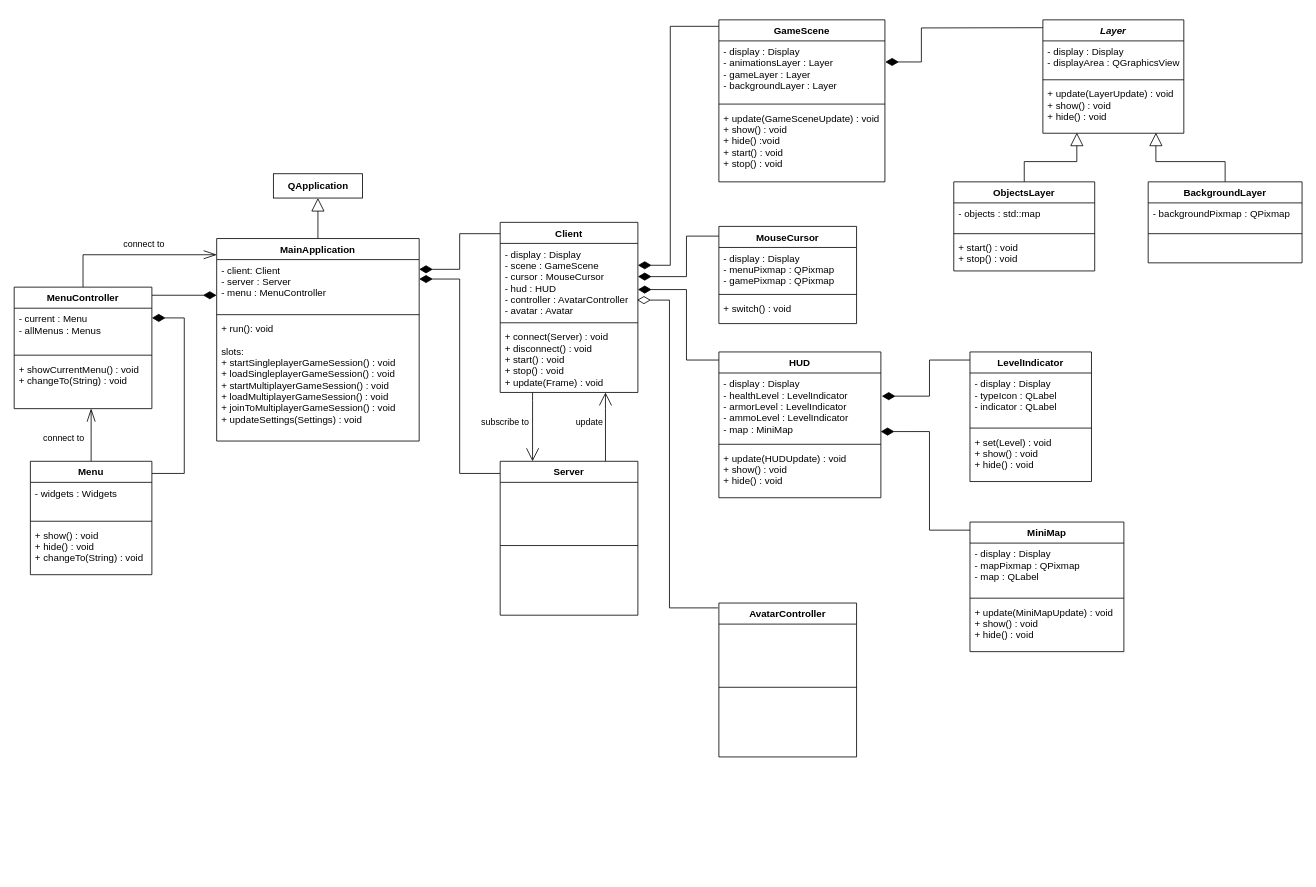
The draw.io diagram doc/class_diagram.drawio in TadekBiela/heisttown, before the edit. Source tidied: cells renumbered, new cells numbered last; positions are measured from the earlier drawing's top-left corner, leaving out a move shared by most shapes. Both pictures are drawn from the tidied source at 81%, with x=0, y=0 at pixel (14, 19).
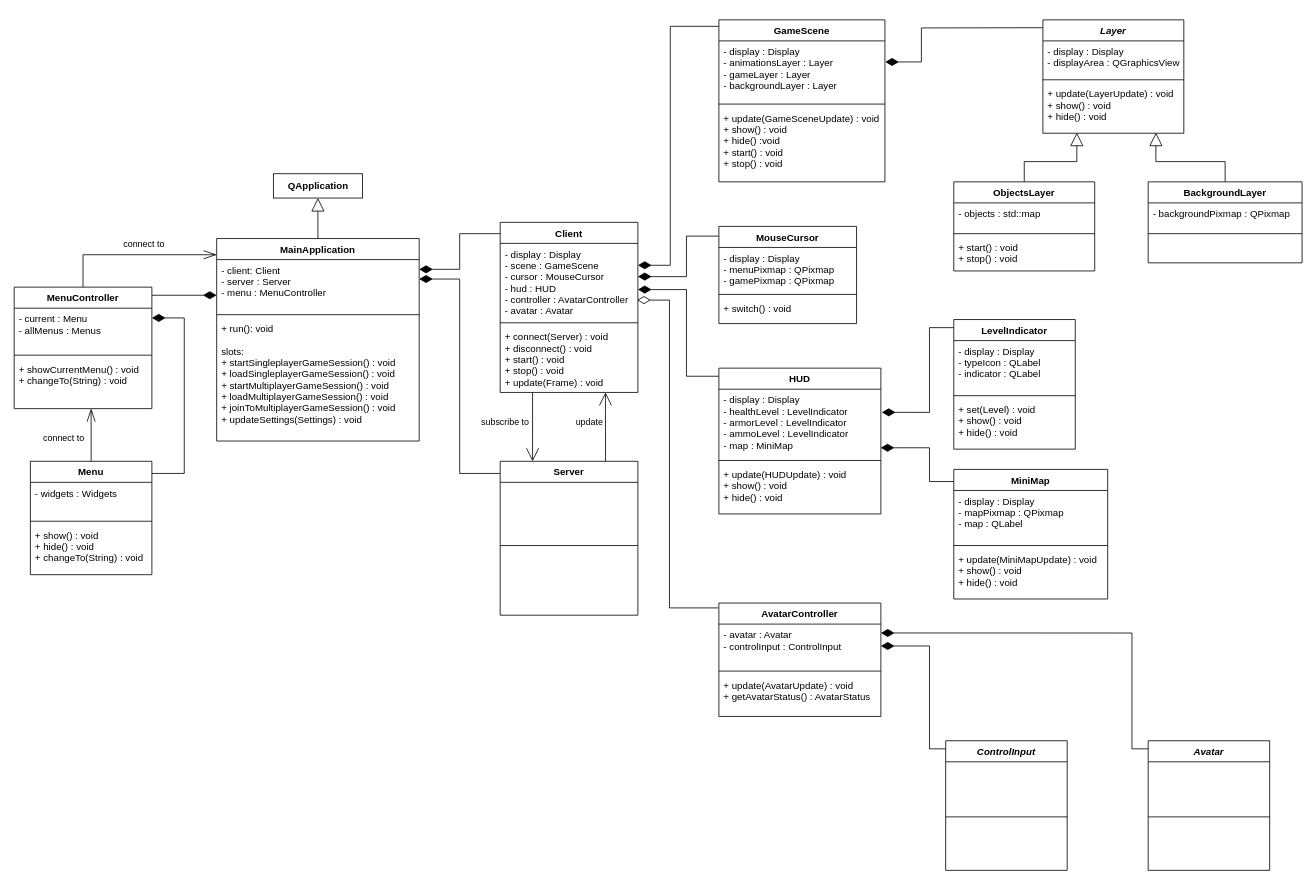
Above is the later version.

Commit message:
Added AvatarController to class diagram

Unchanged cells that the change refers to:
```xml
<mxCell id="10" value="- display : Display&#10;- scene : GameScene&#10;- cursor : MouseCursor&#10;- hud : HUD&#10;- controller : AvatarController&#10;- avatar : Avatar" style="text;strokeColor=none;fillColor=none;align=left;verticalAlign=top;spacingLeft=4;spacingRight=4;overflow=hidden;points=[[0,0.5],[1,0.5]];portConstraint=eastwest;" parent="9" vertex="1">
  <mxGeometry y="26" width="170" height="94" as="geometry" />
</mxCell>
<mxCell id="42" value="- display : Display&#10;- healthLevel : LevelIndicator&#10;- armorLevel : LevelIndicator&#10;- ammoLevel : LevelIndicator&#10;- map : MiniMap " style="text;strokeColor=none;fillColor=none;align=left;verticalAlign=top;spacingLeft=4;spacingRight=4;overflow=hidden;points=[[0,0.5],[1,0.5]];portConstraint=eastwest;" parent="41" vertex="1">
  <mxGeometry y="26" width="200" height="84" as="geometry" />
</mxCell>
```

Change to the diagram source:
```diff
@@
     <mxCell id="40" style="edgeStyle=orthogonalEdgeStyle;rounded=0;jettySize=auto;html=1;endArrow=diamondThin;endFill=1;endSize=14;" parent="1" edge="1" source="41" target="10">
       <mxGeometry relative="1" as="geometry">
         <Array as="points">
-          <mxPoint x="830" y="420" />
+          <mxPoint x="830" y="440" />
           <mxPoint x="830" y="333" />
         </Array>
       </mxGeometry>
     </mxCell>
     <mxCell id="41" value="HUD" style="swimlane;fontStyle=1;align=center;verticalAlign=top;horizontal=1;startSize=26;" parent="1" vertex="1">
-      <mxGeometry x="870" y="410" width="200" height="180" as="geometry" />
+      <mxGeometry x="870" y="430" width="200" height="180" as="geometry" />
     </mxCell>
@@
     <mxCell id="46" value="AvatarController" style="swimlane;fontStyle=1;align=center;verticalAlign=top;horizontal=1;startSize=26;" parent="1" vertex="1">
-      <mxGeometry x="870" y="720" width="170" height="190" as="geometry" />
+      <mxGeometry x="870" y="720" width="200" height="140" as="geometry" />
     </mxCell>
-    <mxCell id="47" value="&#10;&#10;&#10;&#10;" style="text;strokeColor=none;fillColor=none;align=left;verticalAlign=top;spacingLeft=4;spacingRight=4;overflow=hidden;points=[[0,0.5],[1,0.5]];portConstraint=eastwest;" parent="46" vertex="1">
-      <mxGeometry y="26" width="170" height="74" as="geometry" />
+    <mxCell id="47" value="- avatar : Avatar&#10;- controlInput : ControlInput" style="text;strokeColor=none;fillColor=none;align=left;verticalAlign=top;spacingLeft=4;spacingRight=4;overflow=hidden;points=[[0,0.5],[1,0.5]];portConstraint=eastwest;" parent="46" vertex="1">
+      <mxGeometry y="26" width="200" height="54" as="geometry" />
     </mxCell>
     <mxCell id="48" style="line;strokeWidth=1;fillColor=none;align=left;verticalAlign=middle;spacingTop=-1;spacingLeft=3;spacingRight=3;labelPosition=right;" parent="46" vertex="1">
-      <mxGeometry y="100" width="170" height="8" as="geometry" />
+      <mxGeometry y="80" width="200" height="8" as="geometry" />
     </mxCell>
-    <mxCell id="49" value="&#10;&#10;&#10;" style="text;strokeColor=none;fillColor=none;align=left;verticalAlign=top;spacingLeft=4;spacingRight=4;overflow=hidden;" parent="46" vertex="1">
-      <mxGeometry y="108" width="170" height="82" as="geometry" />
+    <mxCell id="49" value="+ update(AvatarUpdate) : void&#10;+ getAvatarStatus() : AvatarStatus" style="text;strokeColor=none;fillColor=none;align=left;verticalAlign=top;spacingLeft=4;spacingRight=4;overflow=hidden;" parent="46" vertex="1">
+      <mxGeometry y="88" width="200" height="52" as="geometry" />
     </mxCell>
@@
     <mxCell id="55" style="edgeStyle=orthogonalEdgeStyle;rounded=0;jettySize=auto;html=1;entryX=1.006;entryY=0.34;entryDx=0;entryDy=0;entryPerimeter=0;endArrow=diamondThin;endFill=1;endSize=14;" parent="1" edge="1" source="56" target="42">
       <mxGeometry relative="1" as="geometry">
         <Array as="points">
-          <mxPoint x="1130" y="420" />
-          <mxPoint x="1130" y="465" />
+          <mxPoint x="1130" y="380" />
+          <mxPoint x="1130" y="485" />
         </Array>
       </mxGeometry>
     </mxCell>
     <mxCell id="56" value="LevelIndicator" style="swimlane;fontStyle=1;align=center;verticalAlign=top;horizontal=1;startSize=26;" parent="1" vertex="1">
-      <mxGeometry x="1180" y="410" width="150" height="160" as="geometry" />
+      <mxGeometry x="1160" y="370" width="150" height="160" as="geometry" />
     </mxCell>
@@
     <mxCell id="60" style="edgeStyle=orthogonalEdgeStyle;rounded=0;jettySize=auto;html=1;entryX=0.999;entryY=0.861;entryDx=0;entryDy=0;entryPerimeter=0;endArrow=diamondThin;endFill=1;endSize=14;" parent="1" edge="1" source="61" target="42">
       <mxGeometry relative="1" as="geometry">
         <Array as="points">
-          <mxPoint x="1130" y="630" />
-          <mxPoint x="1130" y="508" />
+          <mxPoint x="1130" y="570" />
+          <mxPoint x="1130" y="528" />
         </Array>
       </mxGeometry>
     </mxCell>
     <mxCell id="61" value="MiniMap" style="swimlane;fontStyle=1;align=center;verticalAlign=top;horizontal=1;startSize=26;" parent="1" vertex="1">
-      <mxGeometry x="1180" y="620" width="190" height="160" as="geometry" />
+      <mxGeometry x="1160" y="555" width="190" height="160" as="geometry" />
     </mxCell>
@@
+    <mxCell id="80" value="ControlInput" style="swimlane;fontStyle=3;align=center;verticalAlign=top;horizontal=1;startSize=26;" parent="1" vertex="1">
+      <mxGeometry x="1150" y="890" width="150" height="160" as="geometry" />
+    </mxCell>
+    <mxCell id="81" value=" " style="text;strokeColor=none;fillColor=none;align=left;verticalAlign=top;spacingLeft=4;spacingRight=4;overflow=hidden;" parent="80" vertex="1">
+      <mxGeometry y="26" width="150" height="64" as="geometry" />
+    </mxCell>
+    <mxCell id="82" style="line;strokeWidth=1;fillColor=none;align=left;verticalAlign=middle;spacingTop=-1;spacingLeft=3;spacingRight=3;labelPosition=right;" parent="80" vertex="1">
+      <mxGeometry y="90" width="150" height="8" as="geometry" />
+    </mxCell>
+    <mxCell id="83" value=" " style="text;strokeColor=none;fillColor=none;align=left;verticalAlign=top;spacingLeft=4;spacingRight=4;overflow=hidden;" parent="80" vertex="1">
+      <mxGeometry y="98" width="150" height="62" as="geometry" />
+    </mxCell>
+    <mxCell id="84" style="edgeStyle=orthogonalEdgeStyle;rounded=0;jettySize=auto;html=1;endSize=14;endArrow=diamondThin;endFill=1;" parent="1" edge="1" source="80" target="47">
+      <mxGeometry relative="1" as="geometry">
+        <Array as="points">
+          <mxPoint x="1130" y="900" />
+          <mxPoint x="1130" y="773" />
+        </Array>
+      </mxGeometry>
+    </mxCell>
+    <mxCell id="85" style="edgeStyle=orthogonalEdgeStyle;rounded=0;jettySize=auto;html=1;entryX=1;entryY=0.203;entryDx=0;entryDy=0;entryPerimeter=0;endArrow=diamondThin;endFill=1;endSize=14;" parent="1" edge="1" source="86" target="47">
+      <mxGeometry relative="1" as="geometry">
+        <Array as="points">
+          <mxPoint x="1380" y="900" />
+          <mxPoint x="1380" y="757" />
+        </Array>
+      </mxGeometry>
+    </mxCell>
+    <mxCell id="86" value="Avatar" style="swimlane;fontStyle=3;align=center;verticalAlign=top;horizontal=1;startSize=26;" parent="1" vertex="1">
+      <mxGeometry x="1400" y="890" width="150" height="160" as="geometry" />
+    </mxCell>
+    <mxCell id="87" value=" " style="text;strokeColor=none;fillColor=none;align=left;verticalAlign=top;spacingLeft=4;spacingRight=4;overflow=hidden;" parent="86" vertex="1">
+      <mxGeometry y="26" width="150" height="64" as="geometry" />
+    </mxCell>
+    <mxCell id="88" style="line;strokeWidth=1;fillColor=none;align=left;verticalAlign=middle;spacingTop=-1;spacingLeft=3;spacingRight=3;labelPosition=right;" parent="86" vertex="1">
+      <mxGeometry y="90" width="150" height="8" as="geometry" />
+    </mxCell>
+    <mxCell id="89" value=" " style="text;strokeColor=none;fillColor=none;align=left;verticalAlign=top;spacingLeft=4;spacingRight=4;overflow=hidden;" parent="86" vertex="1">
+      <mxGeometry y="98" width="150" height="62" as="geometry" />
+    </mxCell>
```
